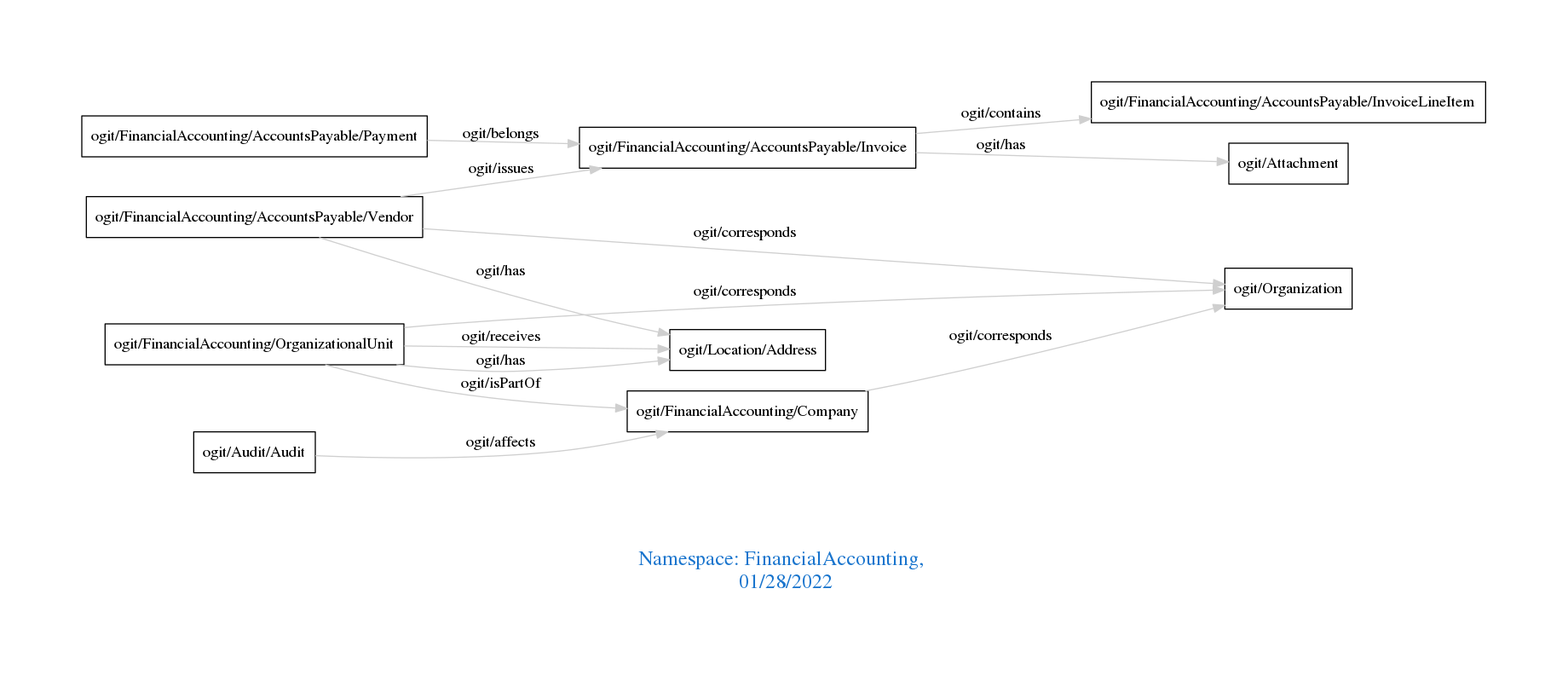
The Graphviz diagram downloads/FinancialAccounting.png in arago/OGIT, before a commit. Its source is kept beside it as downloads/FinancialAccounting.dot.
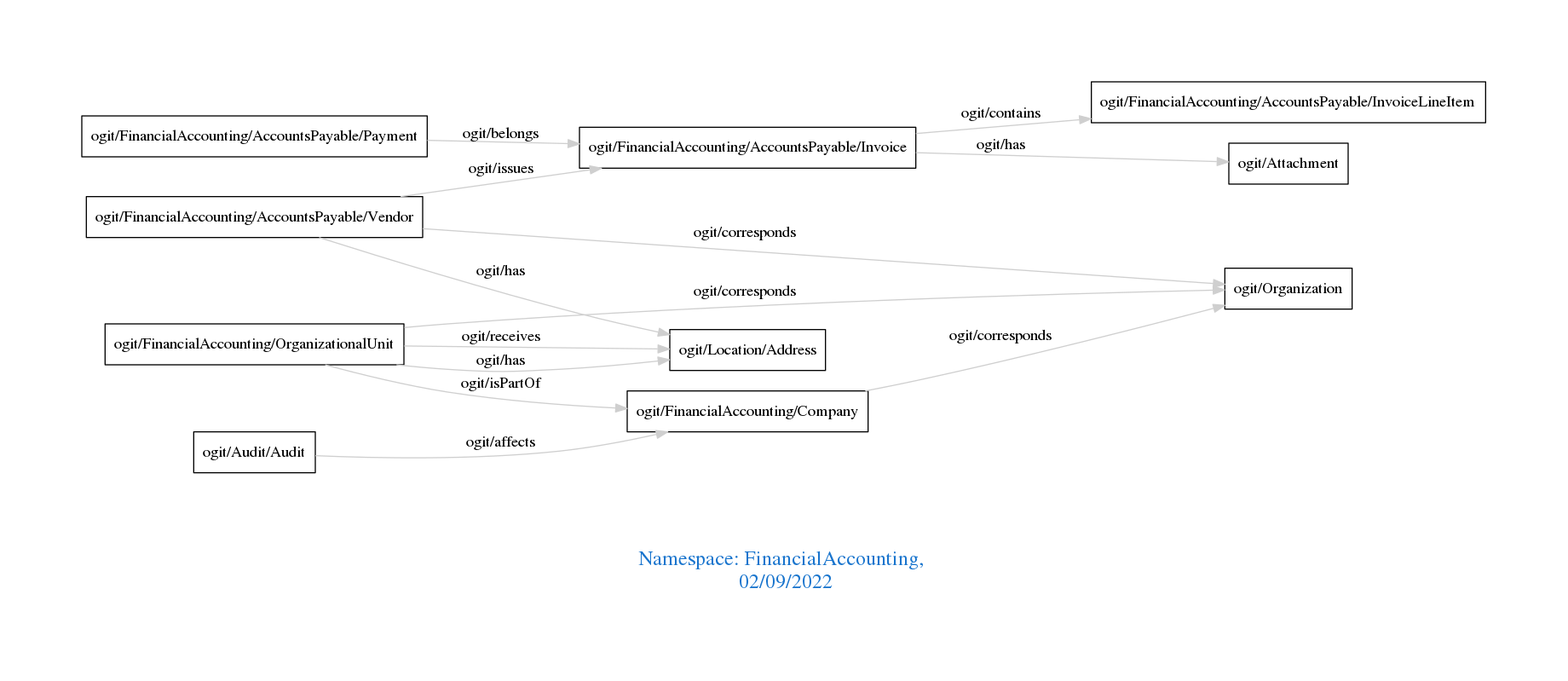
After the change.

What changed in the source:
```diff
@@ -1,7 +1,7 @@
 digraph OGIT_ontology {
  graph [ rankdir= LR,pad=1
 fontsize = 18,
-fontcolor= dodgerblue3,label = "\n\n\nNamespace: FinancialAccounting, \n 01/28/2022"];
+fontcolor= dodgerblue3,label = "\n\n\nNamespace: FinancialAccounting, \n 02/09/2022"];
 node[shape=polygon];
 edge [  color="gray81"];
 
```
